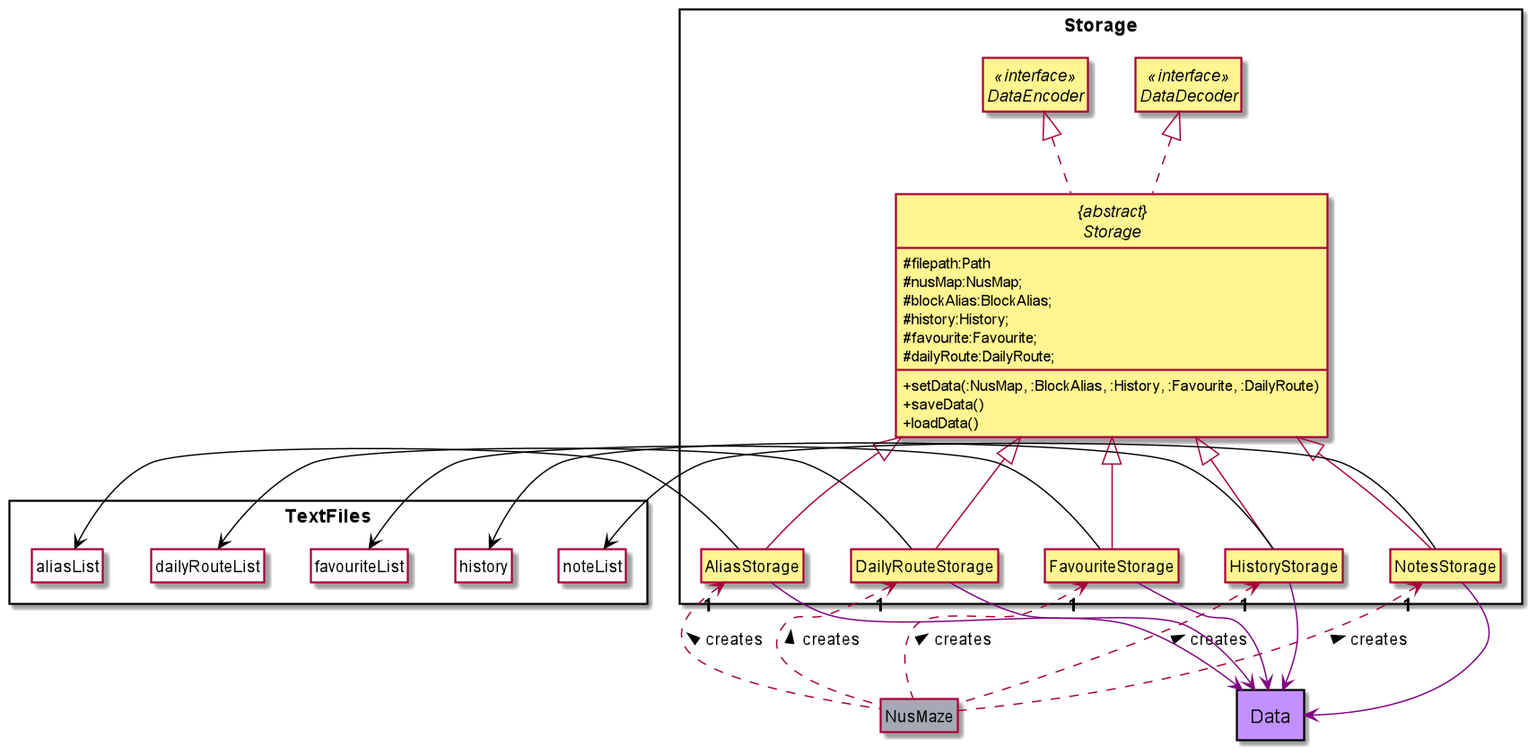
Earlier version of the PlantUML export docs/images/StorageComponent.png (nus-cs2113-AY2021S2/tp).
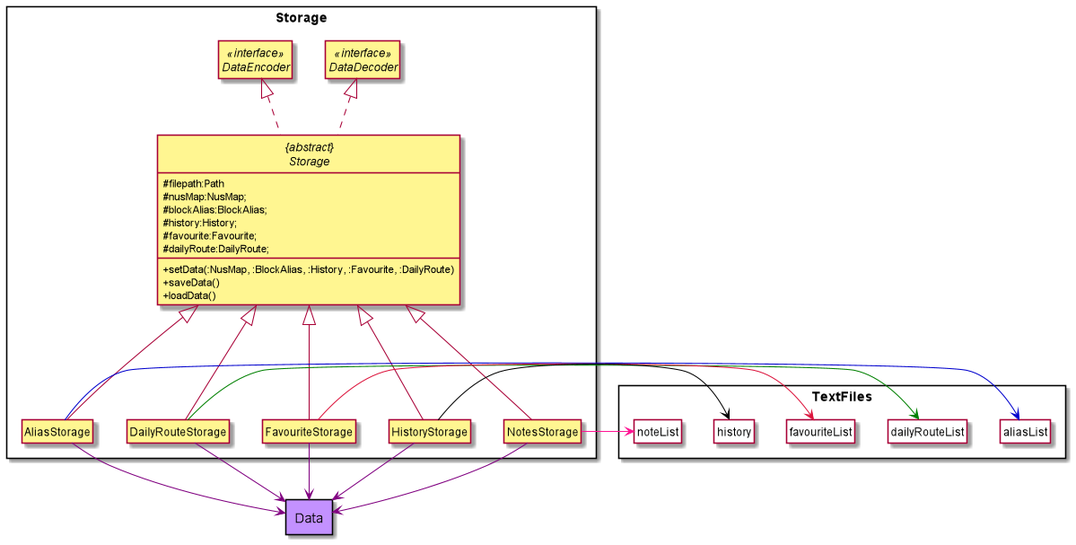
The same diagram one commit later.

Commit message:
changes to dg - storage component uml diag

Change to the diagram source:
```diff
@@ -42,24 +42,13 @@
 }
 
 
-
-class NusMaze NUSMAZE_COLOR {
-}
-
-
 "{abstract}\nStorage" ..up|> DataEncoder
 "{abstract}\nStorage" ..up|> DataDecoder
-AliasStorage --up|> "{abstract}\nStorage"
-DailyRouteStorage --up|> "{abstract}\nStorage"
-FavouriteStorage --up|> "{abstract}\nStorage"
-HistoryStorage --up|> "{abstract}\nStorage"
-NotesStorage --up|> "{abstract}\nStorage"
-
-AliasStorage "**1**" <.. NusMaze : creates <
-DailyRouteStorage "**1**" <.. NusMaze : creates <
-FavouriteStorage  "**1**" <.. NusMaze : creates <
-HistoryStorage  "**1**" <.. NusMaze : creates <
-NotesStorage  "**1**" <.. NusMaze : creates <
+AliasStorage ---up|> "{abstract}\nStorage"
+DailyRouteStorage ---up|> "{abstract}\nStorage"
+FavouriteStorage ---up|> "{abstract}\nStorage"
+HistoryStorage ---up|> "{abstract}\nStorage"
+NotesStorage ---up|> "{abstract}\nStorage"
 
 AliasStorage --down[ARROW_DATA_COLOR]> Data
 DailyRouteStorage --down[ARROW_DATA_COLOR]> Data
@@ -68,11 +57,11 @@
 NotesStorage --down[ARROW_DATA_COLOR]> Data
 
 
-AliasStorage --left[ARROW_FILES_COLOR]> aliasList
-DailyRouteStorage --left[ARROW_FILES_COLOR]> dailyRouteList
-FavouriteStorage --left[ARROW_FILES_COLOR]> favouriteList
-HistoryStorage --left[ARROW_FILES_COLOR]> history
-NotesStorage --left[ARROW_FILES_COLOR]> noteList
+AliasStorage --right[ARROW_FILES_ALIASLIST_COLOR]> aliasList
+DailyRouteStorage --right[ARROW_FILES_DAILYROUTELIST_COLOR]> dailyRouteList
+FavouriteStorage --right[ARROW_FILES_FAVLIST_COLOR]> favouriteList
+HistoryStorage --right[ARROW_FILES_HISTORY_COLOR]> history
+NotesStorage --right[ARROW_FILES_NOTELIST_COLOR]> noteList
 
 skinparam classAttributeIconSize 0
 hide AliasStorage attributes
@@ -80,7 +69,6 @@
 hide FavouriteStorage attributes
 hide HistoryStorage attributes
 hide NotesStorage attributes
-hide NusMaze members
 hide AliasStorage members
 hide DailyRouteStorage members
 hide FavouriteStorage members
```
